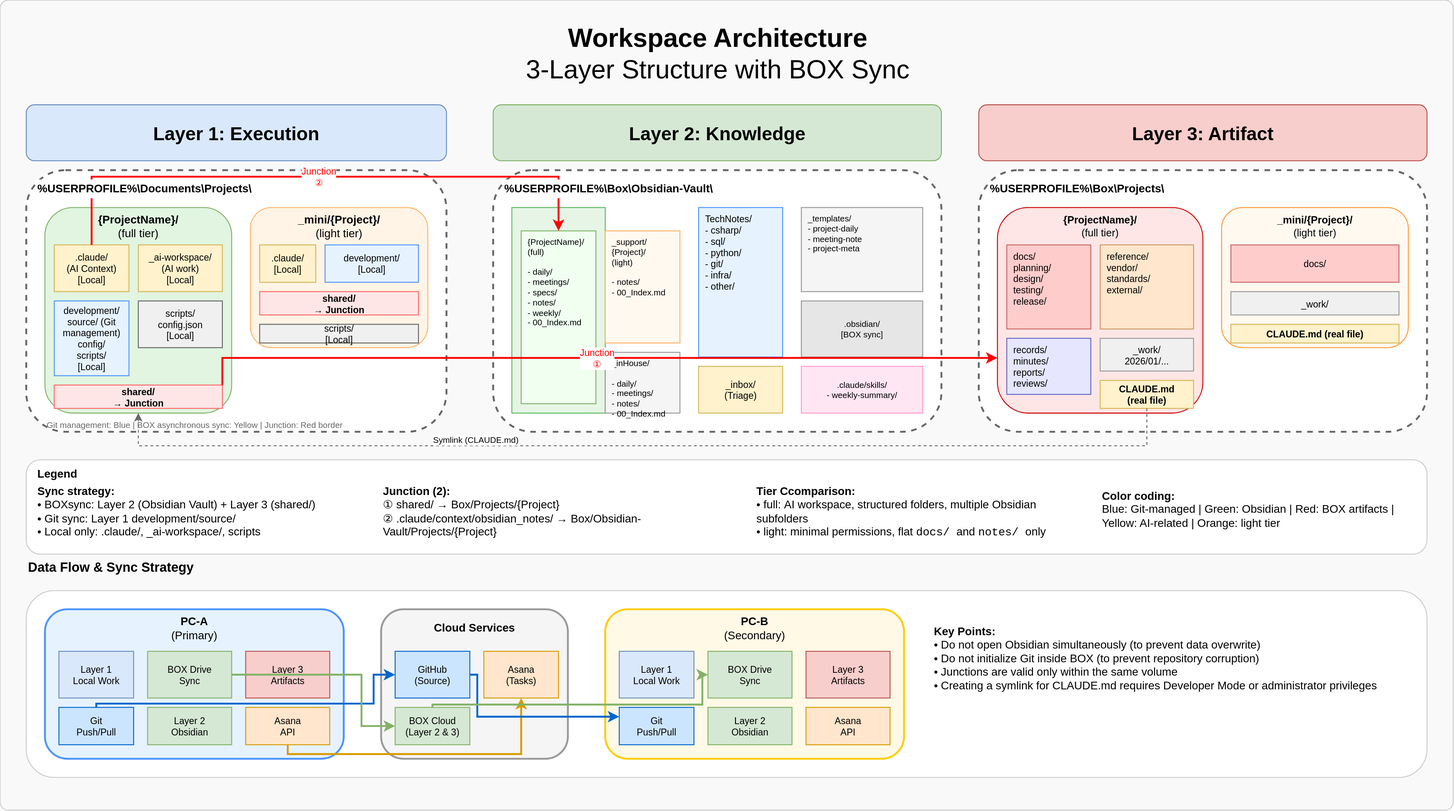
Above: _asset/ai-collab-folder-structure.drawio.svg in yt3trees/ai-collab-folder-structure (draw.io), before the change. Source tidied: cells renumbered, new cells last; positions are measured from the earlier drawing's top-left corner, leaving out a move shared by most shapes.
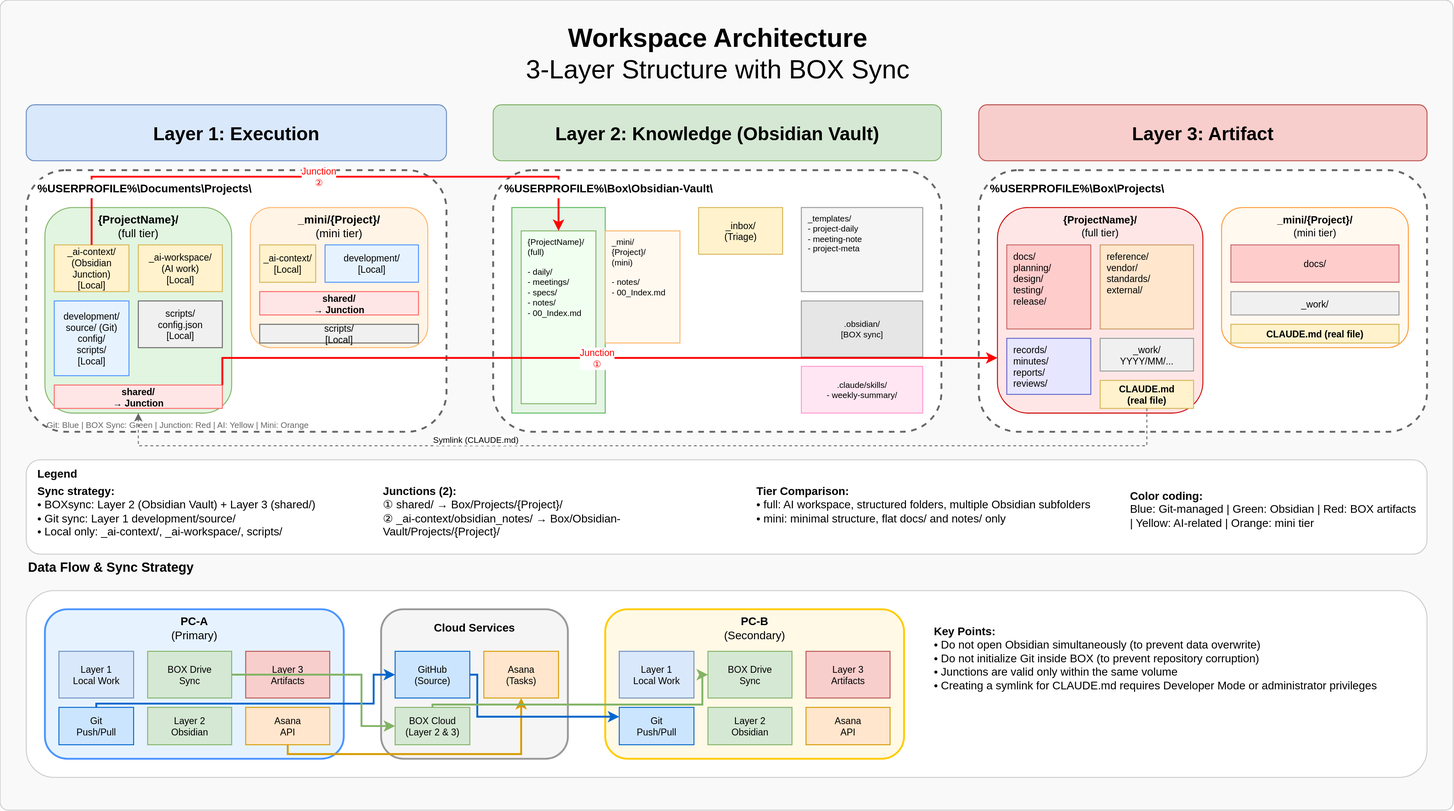
After the change.

Change to the diagram source:
```diff
@@ -20,13 +20,13 @@
     <mxCell id="7" value="&lt;b&gt;{ProjectName}/&lt;/b&gt;&#10;(full tier)" style="text;html=1;strokeColor=none;fillColor=none;align=center;verticalAlign=middle;whiteSpace=wrap;rounded=0;fontSize=12;" parent="1" vertex="1">
       <mxGeometry x="48" y="227" width="200" height="30" as="geometry" />
     </mxCell>
-    <mxCell id="8" value=".claude/&#10;(AI Context)&#10;[Local]" style="rounded=0;whiteSpace=wrap;html=1;fillColor=#fff2cc;strokeColor=#d6b656;fontSize=10;" parent="1" vertex="1">
+    <mxCell id="8" value="_ai-context/&#10;(Obsidian Junction)&#10;[Local]" style="rounded=0;whiteSpace=wrap;html=1;fillColor=#fff2cc;strokeColor=#d6b656;fontSize=10;" parent="1" vertex="1">
       <mxGeometry x="58" y="262" width="80" height="50" as="geometry" />
     </mxCell>
     <mxCell id="9" value="_ai-workspace/&lt;br&gt;(AI work)&lt;br&gt;[Local]" style="rounded=0;whiteSpace=wrap;html=1;fillColor=#fff2cc;strokeColor=#d6b656;fontSize=10;" parent="1" vertex="1">
       <mxGeometry x="148" y="262" width="90" height="50" as="geometry" />
     </mxCell>
-    <mxCell id="10" value="development/&lt;br&gt;source/ (Git management)&lt;br&gt;config/&lt;br&gt;scripts/&lt;br&gt;[Local]" style="rounded=0;whiteSpace=wrap;html=1;fillColor=#e6f3ff;strokeColor=#4d94ff;fontSize=10;" parent="1" vertex="1">
+    <mxCell id="10" value="development/&lt;br&gt;source/ (Git)&lt;br&gt;config/&lt;br&gt;scripts/&lt;br&gt;[Local]" style="rounded=0;whiteSpace=wrap;html=1;fillColor=#e6f3ff;strokeColor=#4d94ff;fontSize=10;" parent="1" vertex="1">
       <mxGeometry x="58" y="322" width="80" height="80" as="geometry" />
     </mxCell>
     <mxCell id="11" value="scripts/&#10;config.json&#10;[Local]" style="rounded=0;whiteSpace=wrap;html=1;fillColor=#f0f0f0;strokeColor=#666666;fontSize=10;" parent="1" vertex="1">
@@ -38,10 +38,10 @@
     <mxCell id="13" style="rounded=1;whiteSpace=wrap;html=1;fillColor=#fff4e6;strokeColor=#ffb366;strokeWidth=1;" parent="1" vertex="1">
       <mxGeometry x="268" y="222" width="190" height="150" as="geometry" />
     </mxCell>
-    <mxCell id="14" value="&lt;b&gt;_mini/{Project}/&lt;/b&gt;&lt;br&gt;(light tier)" style="text;html=1;strokeColor=none;fillColor=none;align=center;verticalAlign=middle;whiteSpace=wrap;rounded=0;fontSize=12;" parent="1" vertex="1">
+    <mxCell id="14" value="&lt;b&gt;_mini/{Project}/&lt;/b&gt;&lt;br&gt;(mini tier)" style="text;html=1;strokeColor=none;fillColor=none;align=center;verticalAlign=middle;whiteSpace=wrap;rounded=0;fontSize:12;" parent="1" vertex="1">
       <mxGeometry x="268" y="227" width="190" height="30" as="geometry" />
     </mxCell>
-    <mxCell id="15" value=".claude/&#10;[Local]" style="rounded=0;whiteSpace=wrap;html=1;fillColor=#fff2cc;strokeColor=#d6b656;fontSize=10;" parent="1" vertex="1">
+    <mxCell id="15" value="_ai-context/&#10;[Local]" style="rounded=0;whiteSpace=wrap;html=1;fillColor=#fff2cc;strokeColor=#d6b656;fontSize=10;" parent="1" vertex="1">
       <mxGeometry x="278" y="262" width="60" height="40" as="geometry" />
     </mxCell>
     <mxCell id="16" value="development/&#10;[Local]" style="rounded=0;whiteSpace=wrap;html=1;fillColor=#e6f3ff;strokeColor=#4d94ff;fontSize=10;" parent="1" vertex="1">
@@ -53,10 +53,10 @@
     <mxCell id="18" value="scripts/&#10;[Local]" style="rounded=0;whiteSpace=wrap;html=1;fillColor=#f0f0f0;strokeColor=#666666;fontSize=10;" parent="1" vertex="1">
       <mxGeometry x="278" y="347" width="170" height="20" as="geometry" />
     </mxCell>
-    <mxCell id="19" value="Git management: Blue | BOX asynchronous sync: Yellow | Junction: Red border" style="text;html=1;strokeColor=none;fillColor=none;align=left;verticalAlign=middle;whiteSpace=wrap;rounded=0;fontSize=9;fontColor=#666666;" parent="1" vertex="1">
+    <mxCell id="19" value="Git: Blue | BOX Sync: Green | Junction: Red | AI: Yellow | Mini: Orange" style="text;html=1;strokeColor=none;fillColor=none;align=left;verticalAlign=middle;whiteSpace=wrap;rounded=0;fontSize=9;fontColor=#666666;" parent="1" vertex="1">
       <mxGeometry x="48" y="447" width="400" height="15" as="geometry" />
     </mxCell>
-    <mxCell id="20" value="Layer 2: Knowledge" style="rounded=1;whiteSpace=wrap;html=1;fillColor=#d5e8d4;strokeColor=#82b366;fontSize=20;fontStyle=1;" parent="1" vertex="1">
+    <mxCell id="20" value="Layer 2: Knowledge (Obsidian Vault)" style="rounded=1;whiteSpace=wrap;html=1;fillColor=#d5e8d4;strokeColor=#82b366;fontSize=20;fontStyle=1;" parent="1" vertex="1">
       <mxGeometry x="528" y="112" width="480" height="60" as="geometry" />
     </mxCell>
     <mxCell id="21" style="rounded=1;whiteSpace=wrap;html=1;fillColor=#FFFFFF;strokeColor=#666666;strokeWidth=2;dashed=1;" parent="1" vertex="1">
@@ -65,20 +65,14 @@
     <mxCell id="22" value="Projects/" style="rounded=0;whiteSpace=wrap;html=1;fillColor=#e6f5e6;strokeColor=#5cb85c;fontSize=11;fontStyle=1;" parent="1" vertex="1">
       <mxGeometry x="548" y="222" width="100" height="220" as="geometry" />
     </mxCell>
-    <mxCell id="23" value="{ProjectName}/&#10;(full)&#10;&#10;- daily/&#10;- meetings/&#10;- specs/&#10;- notes/&#10;- weekly/&#10;- 00_Index.md" style="rounded=0;whiteSpace=wrap;html=1;fillColor=#f0fff0;strokeColor=#82b366;fontSize=9;align=left;verticalAlign=top;spacingLeft=5;" parent="1" vertex="1">
+    <mxCell id="23" value="{ProjectName}/&#10;(full)&#10;&#10;- daily/&#10;- meetings/&#10;- specs/&#10;- notes/&#10;- 00_Index.md" style="rounded=0;whiteSpace=wrap;html=1;fillColor=#f0fff0;strokeColor=#82b366;fontSize=9;align=left;verticalAlign=top;spacingLeft=5;" parent="1" vertex="1">
       <mxGeometry x="558" y="247" width="80" height="185" as="geometry" />
     </mxCell>
-    <mxCell id="24" value="_support/&#10;{Project}/&#10;(light)&#10;&#10;- notes/&#10;- 00_Index.md" style="rounded=0;whiteSpace=wrap;html=1;fillColor=#fff9f0;strokeColor=#ffb366;fontSize=9;align=left;verticalAlign=top;spacingLeft=5;" parent="1" vertex="1">
+    <mxCell id="24" value="_mini/&#10;{Project}/&#10;(mini)&#10;&#10;- notes/&#10;- 00_Index.md" style="rounded=0;whiteSpace=wrap;html=1;fillColor=#fff9f0;strokeColor=#ffb366;fontSize=9;align=left;verticalAlign=top;spacingLeft=5;" parent="1" vertex="1">
       <mxGeometry x="648" y="247" width="80" height="120" as="geometry" />
     </mxCell>
-    <mxCell id="25" value="_inHouse/&#10;&#10;- daily/&#10;- meetings/&#10;- notes/&#10;- 00_Index.md" style="rounded=0;whiteSpace=wrap;html=1;fillColor=#f5f5f5;strokeColor=#999999;fontSize=9;align=left;verticalAlign=top;spacingLeft=5;" parent="1" vertex="1">
-      <mxGeometry x="648" y="377" width="80" height="65" as="geometry" />
-    </mxCell>
-    <mxCell id="26" value="TechNotes/&lt;br&gt;- csharp/&lt;br&gt;- sql/&lt;br&gt;- python/&lt;br&gt;- git/&lt;br&gt;- infra/&lt;br&gt;- other/" style="rounded=0;whiteSpace=wrap;html=1;fillColor=#e6f3ff;strokeColor=#4d94ff;fontSize=10;align=left;verticalAlign=top;spacingLeft=5;" parent="1" vertex="1">
-      <mxGeometry x="748" y="222" width="90" height="160" as="geometry" />
-    </mxCell>
     <mxCell id="27" value="_inbox/&#10;(Triage)" style="rounded=0;whiteSpace=wrap;html=1;fillColor=#fff2cc;strokeColor=#d6b656;fontSize=10;" parent="1" vertex="1">
-      <mxGeometry x="748" y="392" width="90" height="50" as="geometry" />
+      <mxGeometry x="748" y="222" width="90" height="50" as="geometry" />
     </mxCell>
     <mxCell id="28" value="_templates/&#10;- project-daily&#10;- meeting-note&#10;- project-meta" style="rounded=0;whiteSpace=wrap;html=1;fillColor=#f5f5f5;strokeColor=#999999;fontSize=9;align=left;verticalAlign=top;spacingLeft=5;" parent="1" vertex="1">
       <mxGeometry x="858" y="222" width="130" height="90" as="geometry" />
@@ -113,7 +107,7 @@
     <mxCell id="38" value="records/&lt;br&gt;&amp;nbsp; minutes/&lt;br&gt;&amp;nbsp; reports/&lt;br&gt;&amp;nbsp; reviews/" style="rounded=0;whiteSpace=wrap;html=1;fillColor=#e6e6ff;strokeColor=#6666cc;fontSize=10;align=left;verticalAlign=top;spacingLeft=5;" parent="1" vertex="1">
       <mxGeometry x="1078" y="362" width="90" height="60" as="geometry" />
     </mxCell>
-    <mxCell id="39" value="_work/&#10;2026/01/..." style="rounded=0;whiteSpace=wrap;html=1;fillColor=#f0f0f0;strokeColor=#999999;fontSize=10;" parent="1" vertex="1">
+    <mxCell id="39" value="_work/&#10;YYYY/MM/..." style="rounded=0;whiteSpace=wrap;html=1;fillColor=#f0f0f0;strokeColor=#999999;fontSize=10;" parent="1" vertex="1">
       <mxGeometry x="1178" y="362" width="100" height="35" as="geometry" />
     </mxCell>
     <mxCell id="40" value="CLAUDE.md&lt;br&gt;(real file)" style="rounded=0;whiteSpace=wrap;html=1;fillColor=#fff2cc;strokeColor=#d6b656;fontSize=10;fontStyle=1;" parent="1" vertex="1">
@@ -122,9 +116,9 @@
     <mxCell id="41" style="rounded=1;whiteSpace=wrap;html=1;fillColor=#fff9f0;strokeColor=#ff9933;strokeWidth=1;" parent="1" vertex="1">
       <mxGeometry x="1308" y="222" width="200" height="150" as="geometry" />
     </mxCell>
-    <mxCell id="42" value="&lt;b&gt;_mini/{Project}/&lt;/b&gt;&lt;br&gt;(light tier)" style="text;html=1;strokeColor=none;fillColor=none;align=center;verticalAlign=middle;whiteSpace=wrap;rounded=0;fontSize=11;" parent="1" vertex="1">
-      <mxGeometry x="1308" y="227" width="200" height="30" as="geometry" />
-    </mxCell>
+    <mxCell id="87" value="&lt;b&gt;_mini/{Project}/&lt;/b&gt;&lt;br&gt;(mini tier)" style="text;html=1;strokeColor=none;fillColor=none;align=center;verticalAlign=middle;whiteSpace=wrap;rounded=0;fontSize=11;" parent="1" vertex="1">
+      <mxGeometry x="1308" y="227" width="200" height="30" as="geometry" />
+    </mxCell>
     <mxCell id="43" value="docs/" style="rounded=0;whiteSpace=wrap;html=1;fillColor=#ffcccc;strokeColor=#cc6666;fontSize=10;" parent="1" vertex="1">
       <mxGeometry x="1318" y="262" width="180" height="40" as="geometry" />
     </mxCell>
@@ -140,17 +134,17 @@
     <mxCell id="47" value="&lt;b&gt;Legend&lt;/b&gt;" style="text;html=1;strokeColor=none;fillColor=none;align=left;verticalAlign=middle;whiteSpace=wrap;rounded=0;fontSize=12;" parent="1" vertex="1">
       <mxGeometry x="38" y="497" width="100" height="20" as="geometry" />
     </mxCell>
-    <mxCell id="48" value="&lt;b&gt;Sync strategy:&lt;/b&gt;&lt;br&gt;• BOXsync: Layer 2 (Obsidian Vault) + Layer 3 (shared/)&lt;br&gt;• Git sync: Layer 1 development/source/&lt;br&gt;• Local only: .claude/, _ai-workspace/, scripts" style="text;html=1;strokeColor=none;fillColor=none;align=left;verticalAlign=top;whiteSpace=wrap;rounded=0;fontSize=12;" parent="1" vertex="1">
+    <mxCell id="48" value="&lt;b&gt;Sync strategy:&lt;/b&gt;&lt;br&gt;• BOXsync: Layer 2 (Obsidian Vault) + Layer 3 (shared/)&lt;br&gt;• Git sync: Layer 1 development/source/&lt;br&gt;• Local only: _ai-context/, _ai-workspace/, scripts/" style="text;html=1;strokeColor=none;fillColor=none;align=left;verticalAlign=top;whiteSpace=wrap;rounded=0;fontSize=12;" parent="1" vertex="1">
       <mxGeometry x="38" y="512" width="350" height="57" as="geometry" />
     </mxCell>
-    <mxCell id="49" value="&lt;b&gt;Junction (2):&lt;/b&gt;&lt;br&gt;① shared/ → Box/Projects/{Project}&lt;br&gt;② .claude/context/obsidian_notes/ → Box/Obsidian-Vault/Projects/{Project}" style="text;html=1;strokeColor=none;fillColor=none;align=left;verticalAlign=top;whiteSpace=wrap;rounded=0;fontSize=12;" parent="1" vertex="1">
+    <mxCell id="49" value="&lt;b&gt;Junctions (2):&lt;/b&gt;&lt;br&gt;① shared/ → Box/Projects/{Project}/&lt;br&gt;② _ai-context/obsidian_notes/ → Box/Obsidian-Vault/Projects/{Project}/" style="text;html=1;strokeColor=none;fillColor=none;align=left;verticalAlign=top;whiteSpace=wrap;rounded=0;fontSize=12;" parent="1" vertex="1">
       <mxGeometry x="408" y="512" width="380" height="50" as="geometry" />
     </mxCell>
-    <mxCell id="50" value="&lt;b&gt;Tier Ccomparison:&lt;/b&gt;&lt;br&gt;• full:&amp;nbsp;AI workspace, structured folders, multiple Obsidian subfolders&lt;br&gt;• light: minimal permissions, flat &lt;code&gt;docs/&lt;/code&gt; and &lt;code&gt;notes/&lt;/code&gt; only" style="text;html=1;strokeColor=none;fillColor=none;align=left;verticalAlign=top;whiteSpace=wrap;rounded=0;fontSize=12;" parent="1" vertex="1">
-      <mxGeometry x="808" y="512" width="350" height="50" as="geometry" />
+    <mxCell id="50" value="&lt;b&gt;Tier Comparison:&lt;/b&gt;&lt;br&gt;• full: AI workspace, structured folders, multiple Obsidian subfolders&lt;br&gt;• mini: minimal structure, flat docs/ and notes/ only" style="text;html=1;strokeColor=none;fillColor=none;align=left;verticalAlign=top;whiteSpace=wrap;rounded=0;fontSize=12;" parent="1" vertex="1">
+      <mxGeometry x="808" y="512" width="380" height="50" as="geometry" />
     </mxCell>
-    <mxCell id="51" value="&lt;b&gt;Color coding:&lt;/b&gt;&lt;br&gt;Blue: Git-managed | Green: Obsidian | Red: BOX artifacts | Yellow: AI-related | Orange: light tier" style="text;html=1;strokeColor=none;fillColor=none;align=left;verticalAlign=top;whiteSpace=wrap;rounded=0;fontSize=12;" parent="1" vertex="1">
-      <mxGeometry x="1178" y="517" width="340" height="50" as="geometry" />
+    <mxCell id="51" value="&lt;b&gt;Color coding:&lt;/b&gt;&lt;br&gt;Blue: Git-managed | Green: Obsidian | Red: BOX artifacts | Yellow: AI-related | Orange: mini tier" style="text;html=1;strokeColor=none;fillColor=none;align=left;verticalAlign=top;whiteSpace=wrap;rounded=0;fontSize=12;" parent="1" vertex="1">
+      <mxGeometry x="1208" y="517" width="310" height="50" as="geometry" />
     </mxCell>
     <mxCell id="52" value="Junction&#10;①" style="edgeStyle=orthogonalEdgeStyle;rounded=0;jettySize=auto;html=1;strokeWidth=2;strokeColor=#ff0000;fontSize=10;fontColor=#ff0000;labelBackgroundColor=#ffffff;" parent="1" edge="1" source="12" target="34">
       <mxGeometry relative="1" as="geometry">
@@ -189,7 +183,7 @@
     <mxCell id="58" style="rounded=1;whiteSpace=wrap;html=1;fillColor=#e6f3ff;strokeColor=#4d94ff;strokeWidth=2;" parent="1" vertex="1">
       <mxGeometry x="48" y="652" width="320" height="160" as="geometry" />
     </mxCell>
-    <mxCell id="59" value="&lt;b&gt;PC-A&lt;/b&gt;&#10;(Primary)" style="text;html=1;strokeColor=none;fillColor=none;align=center;verticalAlign=middle;whiteSpace=wrap;rounded=0;fontSize=12;" parent="1" vertex="1">
+    <mxCell id="59" value="&lt;b&gt;PC-A&lt;/b&gt;&#10;(Primary)" style="text;html=1;strokeColor=none;fillColor=none;align=center;verticalAlign=middle;whiteSpace=wrap;rounded=0;fontSize:12;" parent="1" vertex="1">
       <mxGeometry x="48" y="657" width="320" height="30" as="geometry" />
     </mxCell>
     <mxCell id="60" value="Layer 1&#10;Local Work" style="rounded=0;whiteSpace=wrap;html=1;fillColor=#dae8fc;strokeColor=#6c8ebf;fontSize=10;" parent="1" vertex="1">
@@ -228,7 +222,7 @@
     <mxCell id="71" style="rounded=1;whiteSpace=wrap;html=1;fillColor=#fff9e6;strokeColor=#ffcc00;strokeWidth=2;" parent="1" vertex="1">
       <mxGeometry x="648" y="652" width="320" height="160" as="geometry" />
     </mxCell>
-    <mxCell id="72" value="&lt;b&gt;PC-B&lt;/b&gt;&#10;(Secondary)" style="text;html=1;strokeColor=none;fillColor=none;align=center;verticalAlign=middle;whiteSpace=wrap;rounded=0;fontSize=12;" parent="1" vertex="1">
+    <mxCell id="72" value="&lt;b&gt;PC-B&lt;/b&gt;&#10;(Secondary)" style="text;html=1;strokeColor=none;fillColor=none;align=center;verticalAlign=middle;whiteSpace=wrap;rounded=0;fontSize:12;" parent="1" vertex="1">
       <mxGeometry x="648" y="657" width="320" height="30" as="geometry" />
     </mxCell>
     <mxCell id="73" value="Layer 1&#10;Local Work" style="rounded=0;whiteSpace=wrap;html=1;fillColor=#dae8fc;strokeColor=#6c8ebf;fontSize=10;" parent="1" vertex="1">
```
